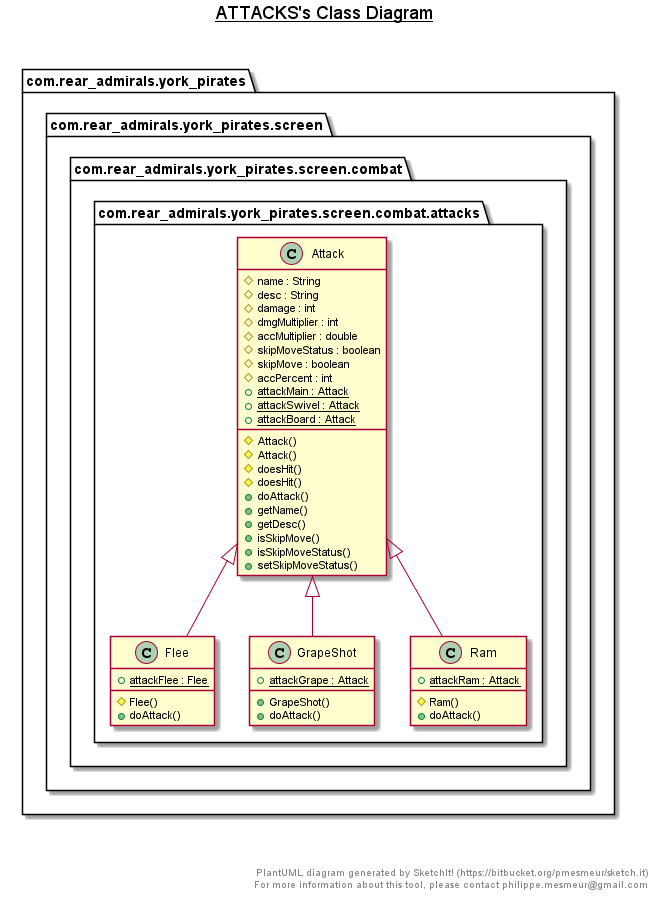
TaylorWillmott/SEPR keeps this PlantUML diagram as Images/Ass2UML/Attacks.png. Above is the earlier version.
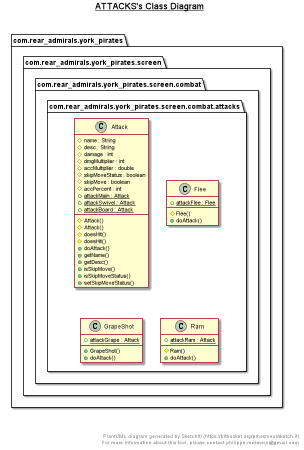
After the change.

The edit, as a diff of the source:
```diff
@@ -80,9 +80,6 @@
   }
 
 
-  Flee -up-|> Attack
-  GrapeShot -up-|> Attack
-  Ram -up-|> Attack
 
 
 right footer
```
